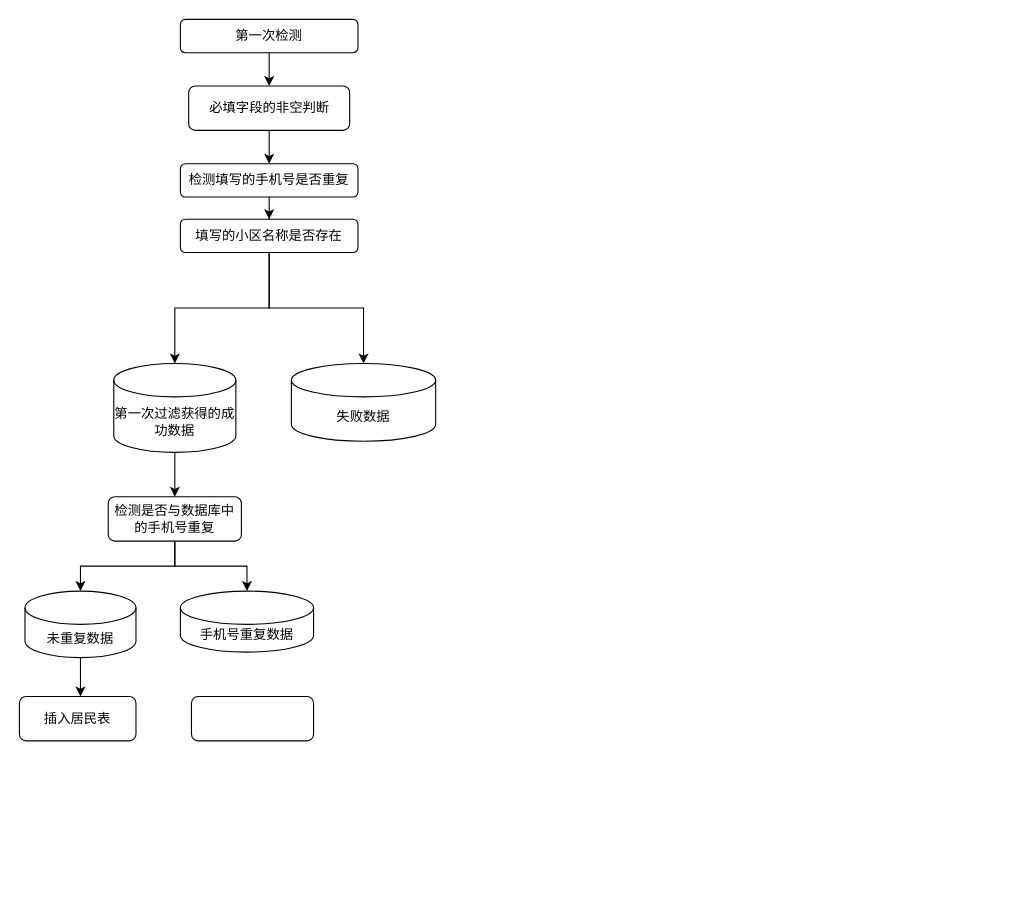
Earlier version of the draw.io diagram 未命名绘图.drawio (DearJJJ/my_design_pattern). Source tidied: cells renumbered, new cells numbered last; positions are measured from the earlier drawing's top-left corner, leaving out a move shared by most shapes. Both pictures are drawn from the tidied source at 111%, with x=0, y=0 at pixel (19, 19).
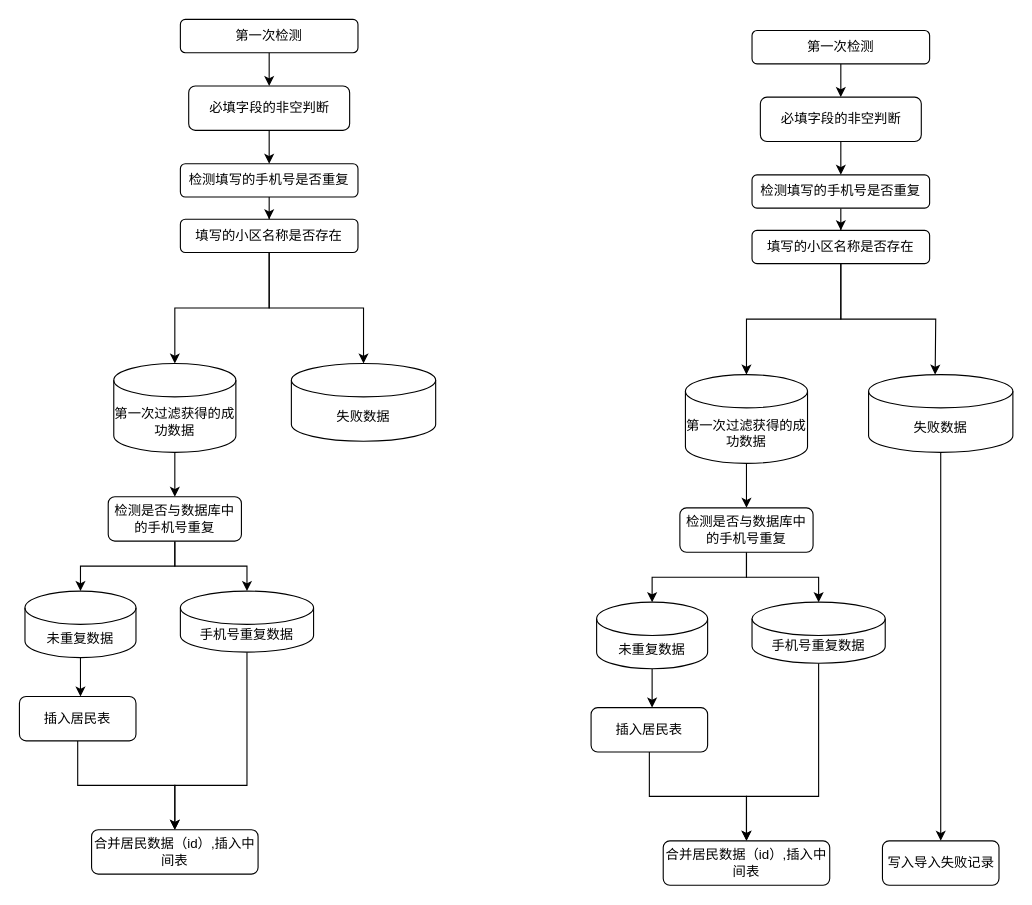
The same page after the edit.

The change refers to these unchanged cells:
```xml
<mxCell id="19" value="手机号重复数据" style="shape=cylinder3;whiteSpace=wrap;html=1;boundedLbl=1;backgroundOutline=1;size=15;" parent="1" vertex="1">
  <mxGeometry x="145" y="515" width="120" height="55" as="geometry" />
</mxCell>
<mxCell id="20" value="插入居民表" style="rounded=1;whiteSpace=wrap;html=1;" parent="1" vertex="1">
  <mxGeometry y="610" width="105" height="40" as="geometry" />
</mxCell>
```

The edit, as a diff of the source:
```diff
@@
+    <mxCell id="22" style="edgeStyle=orthogonalEdgeStyle;rounded=0;jettySize=auto;html=1;" parent="1" edge="1" source="19" target="21">
+      <mxGeometry relative="1" as="geometry">
+        <Array as="points">
+          <mxPoint x="205" y="690" />
+          <mxPoint x="140" y="690" />
+        </Array>
+      </mxGeometry>
+    </mxCell>
@@
+    <mxCell id="23" style="edgeStyle=orthogonalEdgeStyle;rounded=0;jettySize=auto;html=1;" parent="1" edge="1" source="20" target="21">
+      <mxGeometry relative="1" as="geometry" />
+    </mxCell>
@@
-    <mxCell id="21" style="rounded=1;whiteSpace=wrap;html=1;" parent="1" vertex="1">
-      <mxGeometry x="155" y="610" width="110" height="40" as="geometry" />
+    <mxCell id="21" value="合并居民数据（id）,插入中间表" style="rounded=1;whiteSpace=wrap;html=1;" parent="1" vertex="1">
+      <mxGeometry x="65" y="730" width="150" height="40" as="geometry" />
     </mxCell>
+    <mxCell id="24" style="edgeStyle=orthogonalEdgeStyle;rounded=0;jettySize=auto;html=1;entryX=0.5;entryY=0;entryDx=0;entryDy=0;" parent="1" edge="1" source="25" target="32">
+      <mxGeometry relative="1" as="geometry" />
+    </mxCell>
+    <mxCell id="25" value="第一次检测" style="rounded=1;whiteSpace=wrap;html=1;" parent="1" vertex="1">
+      <mxGeometry x="660" y="10" width="160" height="30" as="geometry" />
+    </mxCell>
+    <mxCell id="26" style="edgeStyle=orthogonalEdgeStyle;rounded=0;jettySize=auto;html=1;" parent="1" edge="1" source="27" target="30">
+      <mxGeometry relative="1" as="geometry" />
+    </mxCell>
+    <mxCell id="27" value="检测填写的手机号是否重复" style="rounded=1;whiteSpace=wrap;html=1;" parent="1" vertex="1">
+      <mxGeometry x="660" y="140" width="160" height="30" as="geometry" />
+    </mxCell>
+    <mxCell id="28" style="edgeStyle=orthogonalEdgeStyle;rounded=0;jettySize=auto;html=1;exitX=0.5;exitY=1;exitDx=0;exitDy=0;" parent="1" edge="1" source="30" target="34">
+      <mxGeometry relative="1" as="geometry" />
+    </mxCell>
+    <mxCell id="29" style="edgeStyle=orthogonalEdgeStyle;rounded=0;jettySize=auto;html=1;exitX=0.5;exitY=1;exitDx=0;exitDy=0;" parent="1" edge="1" source="30">
+      <mxGeometry relative="1" as="geometry">
+        <mxPoint x="825" y="320" as="targetPoint" />
+      </mxGeometry>
+    </mxCell>
+    <mxCell id="30" value="填写的小区名称是否存在" style="whiteSpace=wrap;html=1;rounded=1;" parent="1" vertex="1">
+      <mxGeometry x="660" y="190" width="160" height="30" as="geometry" />
+    </mxCell>
+    <mxCell id="31" style="edgeStyle=orthogonalEdgeStyle;rounded=0;jettySize=auto;html=1;" parent="1" edge="1" source="32" target="27">
+      <mxGeometry relative="1" as="geometry" />
+    </mxCell>
+    <mxCell id="32" value="必填字段的非空判断" style="rounded=1;whiteSpace=wrap;html=1;" parent="1" vertex="1">
+      <mxGeometry x="667.5" y="70" width="145" height="40" as="geometry" />
+    </mxCell>
+    <mxCell id="33" style="edgeStyle=orthogonalEdgeStyle;rounded=0;jettySize=auto;html=1;entryX=0.5;entryY=0;entryDx=0;entryDy=0;" parent="1" edge="1" source="34" target="37">
+      <mxGeometry relative="1" as="geometry" />
+    </mxCell>
+    <mxCell id="34" value="第一次过滤获得的成功数据" style="shape=cylinder3;whiteSpace=wrap;html=1;boundedLbl=1;backgroundOutline=1;size=15;" parent="1" vertex="1">
+      <mxGeometry x="600" y="320" width="110" height="80" as="geometry" />
+    </mxCell>
+    <mxCell id="35" style="edgeStyle=orthogonalEdgeStyle;rounded=0;jettySize=auto;html=1;exitX=0.5;exitY=1;exitDx=0;exitDy=0;" parent="1" edge="1" source="37" target="39">
+      <mxGeometry relative="1" as="geometry" />
+    </mxCell>
+    <mxCell id="36" style="edgeStyle=orthogonalEdgeStyle;rounded=0;jettySize=auto;html=1;exitX=0.5;exitY=1;exitDx=0;exitDy=0;" parent="1" edge="1" source="37" target="41">
+      <mxGeometry relative="1" as="geometry" />
+    </mxCell>
+    <mxCell id="37" value="检测是否与数据库中的手机号重复" style="rounded=1;whiteSpace=wrap;html=1;" parent="1" vertex="1">
+      <mxGeometry x="595" y="440" width="120" height="40" as="geometry" />
+    </mxCell>
+    <mxCell id="38" style="edgeStyle=orthogonalEdgeStyle;rounded=0;jettySize=auto;html=1;" parent="1" edge="1" source="39">
+      <mxGeometry relative="1" as="geometry">
+        <mxPoint x="570" y="620" as="targetPoint" />
+      </mxGeometry>
+    </mxCell>
+    <mxCell id="39" value="未重复数据" style="shape=cylinder3;whiteSpace=wrap;html=1;boundedLbl=1;backgroundOutline=1;size=15;" parent="1" vertex="1">
+      <mxGeometry x="520" y="525" width="100" height="60" as="geometry" />
+    </mxCell>
+    <mxCell id="40" style="edgeStyle=orthogonalEdgeStyle;rounded=0;jettySize=auto;html=1;" parent="1" edge="1" source="41" target="44">
+      <mxGeometry relative="1" as="geometry">
+        <Array as="points">
+          <mxPoint x="720" y="700" />
+          <mxPoint x="655" y="700" />
+        </Array>
+      </mxGeometry>
+    </mxCell>
+    <mxCell id="41" value="手机号重复数据" style="shape=cylinder3;whiteSpace=wrap;html=1;boundedLbl=1;backgroundOutline=1;size=15;" parent="1" vertex="1">
+      <mxGeometry x="660" y="525" width="120" height="55" as="geometry" />
+    </mxCell>
+    <mxCell id="42" style="edgeStyle=orthogonalEdgeStyle;rounded=0;jettySize=auto;html=1;" parent="1" edge="1" source="43" target="44">
+      <mxGeometry relative="1" as="geometry" />
+    </mxCell>
+    <mxCell id="43" value="插入居民表" style="rounded=1;whiteSpace=wrap;html=1;" parent="1" vertex="1">
+      <mxGeometry x="515" y="620" width="105" height="40" as="geometry" />
+    </mxCell>
+    <mxCell id="44" value="合并居民数据（id）,插入中间表" style="rounded=1;whiteSpace=wrap;html=1;" parent="1" vertex="1">
+      <mxGeometry x="580" y="740" width="150" height="40" as="geometry" />
+    </mxCell>
+    <mxCell id="45" style="edgeStyle=orthogonalEdgeStyle;rounded=0;jettySize=auto;html=1;entryX=0.5;entryY=0;entryDx=0;entryDy=0;" parent="1" edge="1" source="46" target="47">
+      <mxGeometry relative="1" as="geometry" />
+    </mxCell>
+    <mxCell id="46" value="失败数据" style="shape=cylinder3;whiteSpace=wrap;html=1;boundedLbl=1;backgroundOutline=1;size=15;" parent="1" vertex="1">
+      <mxGeometry x="765" y="320" width="130" height="70" as="geometry" />
+    </mxCell>
+    <mxCell id="47" value="写入导入失败记录" style="rounded=1;whiteSpace=wrap;html=1;" parent="1" vertex="1">
+      <mxGeometry x="777.5" y="740" width="105" height="40" as="geometry" />
+    </mxCell>
```
